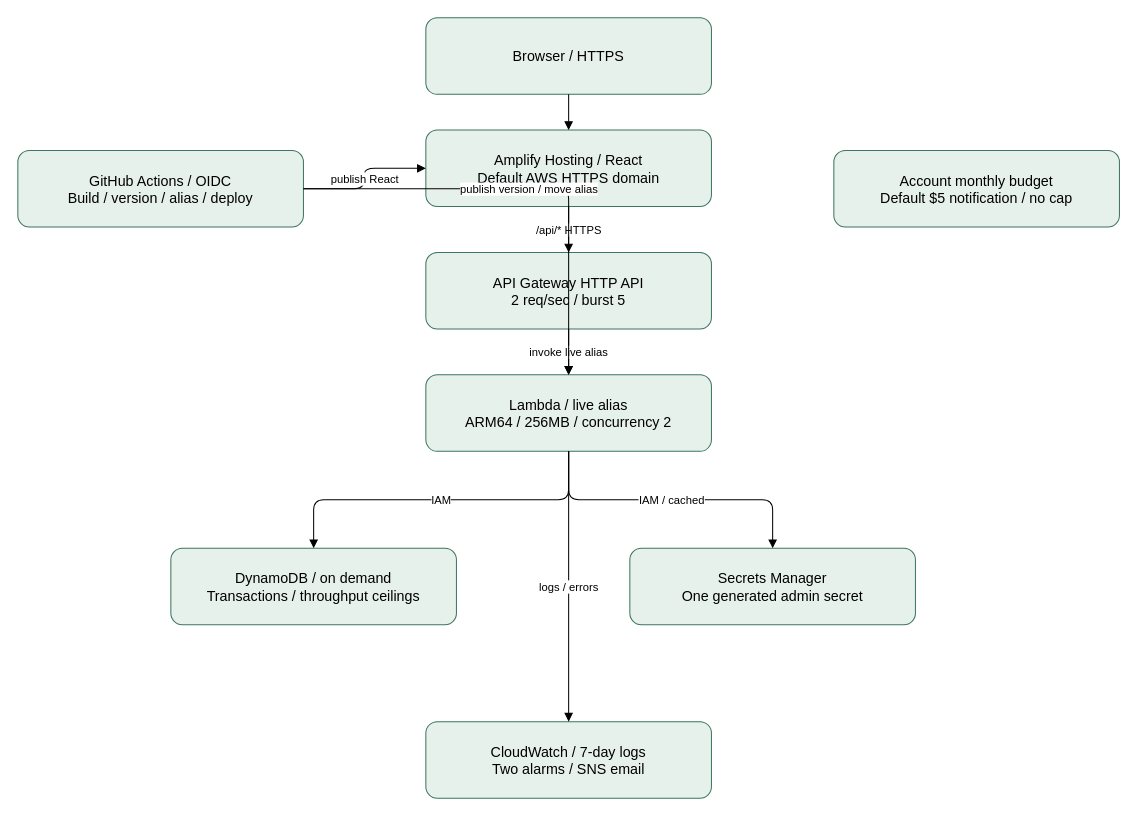
The draw.io diagram docs/architecture.drawio in sakthisaravanan8531-hue/employee-app, before the edit. Source tidied: cells renumbered, new cells numbered last; positions are measured from the earlier drawing's top-left corner, leaving out a move shared by most shapes. Both pictures are drawn from the tidied source at 102%, with x=0, y=0 at pixel (17, 17).
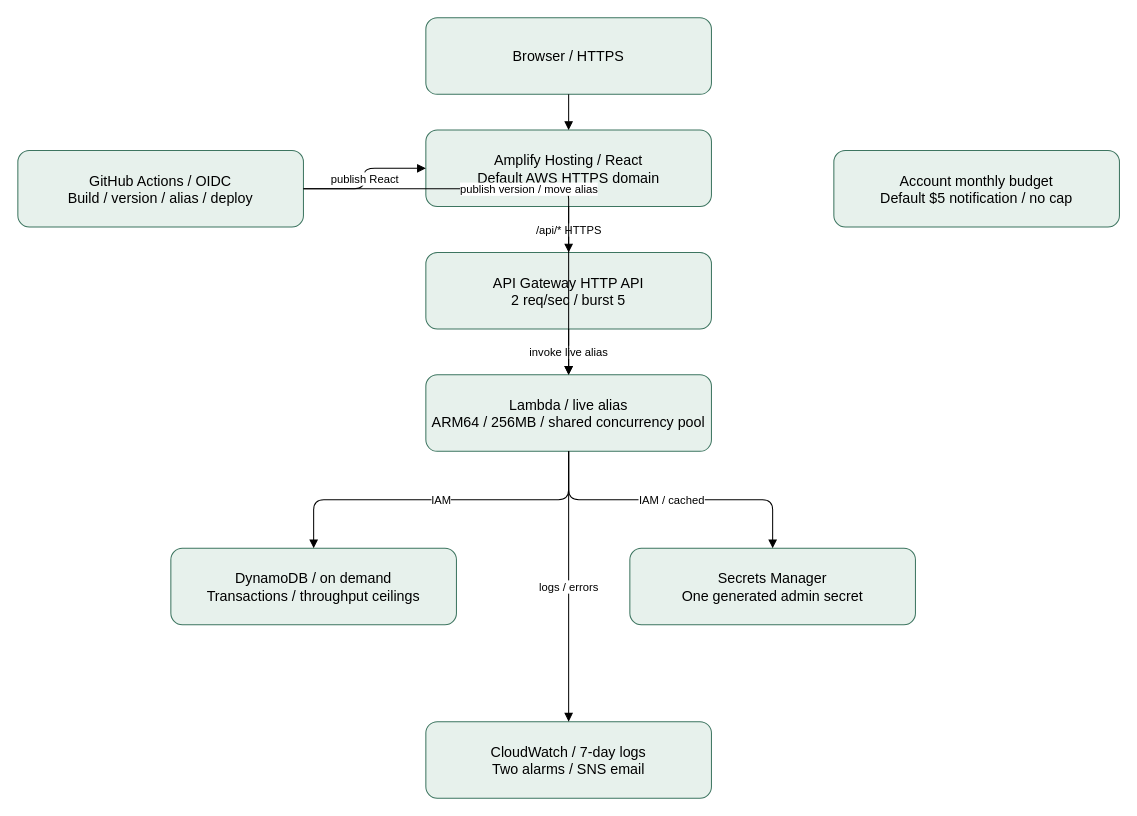
The same diagram, later.

Commit message (it also covers changes not shown here):
Support low-quota Lambda accounts without reserved concurrency

Diff of the diagram source:
```diff
@@
 <mxGraphModel>
   <root>
     <mxCell id="0" />
     <mxCell id="1" parent="0" />
     <mxCell id="2" value="Browser / HTTPS" style="rounded=1;whiteSpace=wrap;html=1;fillColor=#e7f1ec;strokeColor=#3d7560;fontSize=14;" parent="1" vertex="1">
       <mxGeometry x="400" width="280" height="75" as="geometry" />
     </mxCell>
     <mxCell id="3" value="Amplify Hosting / React&#10;Default AWS HTTPS domain" style="rounded=1;whiteSpace=wrap;html=1;fillColor=#e7f1ec;strokeColor=#3d7560;fontSize=14;" parent="1" vertex="1">
       <mxGeometry x="400" y="110" width="280" height="75" as="geometry" />
     </mxCell>
     <mxCell id="4" value="API Gateway HTTP API&#10;2 req/sec / burst 5" style="rounded=1;whiteSpace=wrap;html=1;fillColor=#e7f1ec;strokeColor=#3d7560;fontSize=14;" parent="1" vertex="1">
       <mxGeometry x="400" y="230" width="280" height="75" as="geometry" />
     </mxCell>
-    <mxCell id="5" value="Lambda / live alias&#10;ARM64 / 256MB / concurrency 2" style="rounded=1;whiteSpace=wrap;html=1;fillColor=#e7f1ec;strokeColor=#3d7560;fontSize=14;" parent="1" vertex="1">
+    <mxCell id="5" value="Lambda / live alias&#10;ARM64 / 256MB / shared concurrency pool" style="rounded=1;whiteSpace=wrap;html=1;fillColor=#e7f1ec;strokeColor=#3d7560;fontSize=14;" parent="1" vertex="1">
       <mxGeometry x="400" y="350" width="280" height="75" as="geometry" />
     </mxCell>
     <mxCell id="6" value="DynamoDB / on demand&#10;Transactions / throughput ceilings" style="rounded=1;whiteSpace=wrap;html=1;fillColor=#e7f1ec;strokeColor=#3d7560;fontSize=14;" parent="1" vertex="1">
       <mxGeometry x="150" y="520" width="280" height="75" as="geometry" />
     </mxCell>
     <mxCell id="7" value="Secrets Manager&#10;One generated admin secret" style="rounded=1;whiteSpace=wrap;html=1;fillColor=#e7f1ec;strokeColor=#3d7560;fontSize=14;" parent="1" vertex="1">
       <mxGeometry x="600" y="520" width="280" height="75" as="geometry" />
     </mxCell>
     <mxCell id="8" value="CloudWatch / 7-day logs&#10;Two alarms / SNS email" style="rounded=1;whiteSpace=wrap;html=1;fillColor=#e7f1ec;strokeColor=#3d7560;fontSize=14;" parent="1" vertex="1">
       <mxGeometry x="400" y="690" width="280" height="75" as="geometry" />
     </mxCell>
     <mxCell id="9" value="GitHub Actions / OIDC&#10;Build / version / alias / deploy" style="rounded=1;whiteSpace=wrap;html=1;fillColor=#e7f1ec;strokeColor=#3d7560;fontSize=14;" parent="1" vertex="1">
       <mxGeometry y="130" width="280" height="75" as="geometry" />
     </mxCell>
     <mxCell id="10" value="Account monthly budget&#10;Default $5 notification / no cap" style="rounded=1;whiteSpace=wrap;html=1;fillColor=#e7f1ec;strokeColor=#3d7560;fontSize=14;" parent="1" vertex="1">
       <mxGeometry x="800" y="130" width="280" height="75" as="geometry" />
     </mxCell>
     <mxCell id="11" style="edgeStyle=orthogonalEdgeStyle;endArrow=block;html=1;" parent="1" edge="1" source="2" target="3">
       <mxGeometry relative="1" as="geometry" />
     </mxCell>
     <mxCell id="12" value="/api/* HTTPS" style="edgeStyle=orthogonalEdgeStyle;endArrow=block;html=1;" parent="1" edge="1" source="3" target="4">
       <mxGeometry relative="1" as="geometry" />
     </mxCell>
     <mxCell id="13" value="invoke live alias" style="edgeStyle=orthogonalEdgeStyle;endArrow=block;html=1;" parent="1" edge="1" source="4" target="5">
       <mxGeometry relative="1" as="geometry" />
     </mxCell>
     <mxCell id="14" value="IAM" style="edgeStyle=orthogonalEdgeStyle;endArrow=block;html=1;" parent="1" edge="1" source="5" target="6">
       <mxGeometry relative="1" as="geometry" />
     </mxCell>
     <mxCell id="15" value="IAM / cached" style="edgeStyle=orthogonalEdgeStyle;endArrow=block;html=1;" parent="1" edge="1" source="5" target="7">
       <mxGeometry relative="1" as="geometry" />
     </mxCell>
     <mxCell id="16" value="logs / errors" style="edgeStyle=orthogonalEdgeStyle;endArrow=block;html=1;" parent="1" edge="1" source="5" target="8">
       <mxGeometry relative="1" as="geometry" />
     </mxCell>
     <mxCell id="17" value="publish React" style="edgeStyle=orthogonalEdgeStyle;endArrow=block;html=1;" parent="1" edge="1" source="9" target="3">
       <mxGeometry relative="1" as="geometry" />
     </mxCell>
     <mxCell id="18" value="publish version / move alias" style="edgeStyle=orthogonalEdgeStyle;endArrow=block;html=1;" parent="1" edge="1" source="9" target="5">
       <mxGeometry relative="1" as="geometry" />
     </mxCell>
   </root>
 </mxGraphModel>
```
